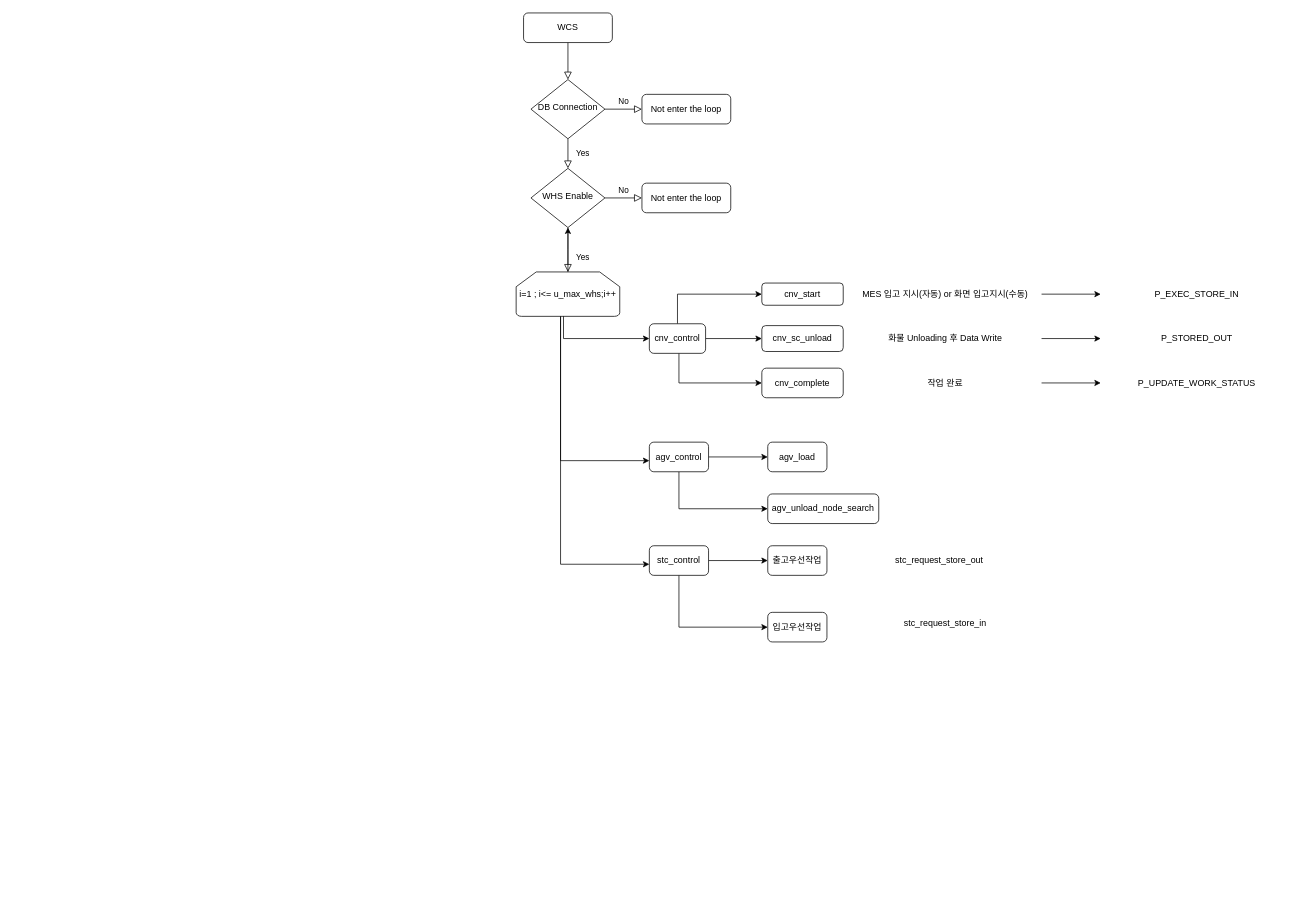
hjee02018/UML keeps this draw.io diagram as WCScontrol.drawio. Above is the earlier version. Source tidied: cells renumbered, new cells numbered last; positions are measured from the earlier drawing's top-left corner, leaving out a move shared by most shapes. Both pictures are drawn from the tidied source at 74%, with x=0, y=0 at pixel (516, 13).
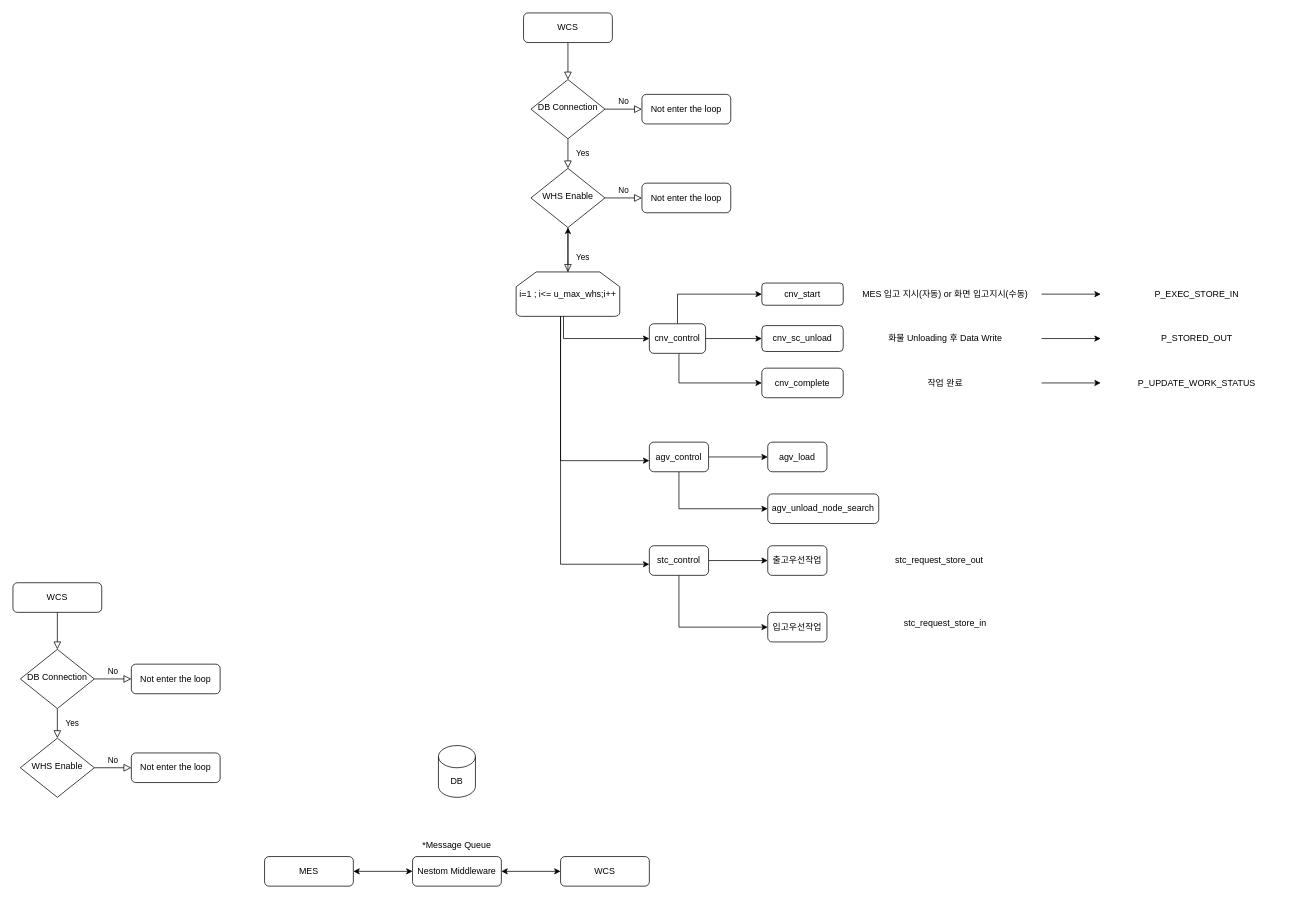
The same diagram, later.

What changed in the source:
```diff
@@
+    <mxCell id="45" value="WCS" style="rounded=1;whiteSpace=wrap;html=1;fontSize=12;glass=0;strokeWidth=1;shadow=0;" parent="1" vertex="1">
+      <mxGeometry x="60" y="1140" width="120" height="40" as="geometry" />
+    </mxCell>
+    <mxCell id="46" style="rounded=0;html=1;jettySize=auto;fontSize=11;endArrow=block;endFill=0;endSize=8;strokeWidth=1;shadow=0;labelBackgroundColor=none;edgeStyle=orthogonalEdgeStyle;" parent="1" edge="1" source="47" target="50">
+      <mxGeometry relative="1" as="geometry" />
+    </mxCell>
+    <mxCell id="47" value="WCS" style="rounded=1;whiteSpace=wrap;html=1;fontSize=12;glass=0;strokeWidth=1;shadow=0;" parent="1" vertex="1">
+      <mxGeometry x="-680" y="770" width="120" height="40" as="geometry" />
+    </mxCell>
+    <mxCell id="48" value="Yes" style="rounded=0;html=1;jettySize=auto;fontSize=11;endArrow=block;endFill=0;endSize=8;strokeWidth=1;shadow=0;labelBackgroundColor=none;edgeStyle=orthogonalEdgeStyle;" parent="1" edge="1" source="50" target="53">
+      <mxGeometry y="20" relative="1" as="geometry" />
+    </mxCell>
+    <mxCell id="49" value="No" style="edgeStyle=orthogonalEdgeStyle;rounded=0;html=1;jettySize=auto;fontSize=11;endArrow=block;endFill=0;endSize=8;strokeWidth=1;shadow=0;labelBackgroundColor=none;" parent="1" edge="1" source="50" target="51">
+      <mxGeometry y="10" relative="1" as="geometry" />
+    </mxCell>
+    <mxCell id="50" value="DB Connection" style="rhombus;whiteSpace=wrap;html=1;shadow=0;fontFamily=Helvetica;fontSize=12;align=center;strokeWidth=1;spacing=6;spacingTop=-4;" parent="1" vertex="1">
+      <mxGeometry x="-670" y="860" width="100" height="80" as="geometry" />
+    </mxCell>
+    <mxCell id="51" value="Not enter the loop" style="rounded=1;whiteSpace=wrap;html=1;fontSize=12;glass=0;strokeWidth=1;shadow=0;" parent="1" vertex="1">
+      <mxGeometry x="-520" y="880" width="120" height="40" as="geometry" />
+    </mxCell>
+    <mxCell id="52" value="No" style="edgeStyle=orthogonalEdgeStyle;rounded=0;html=1;jettySize=auto;fontSize=11;endArrow=block;endFill=0;endSize=8;strokeWidth=1;shadow=0;labelBackgroundColor=none;" parent="1" edge="1" source="53" target="54">
+      <mxGeometry y="10" relative="1" as="geometry" />
+    </mxCell>
+    <mxCell id="53" value="WHS Enable" style="rhombus;whiteSpace=wrap;html=1;shadow=0;fontFamily=Helvetica;fontSize=12;align=center;strokeWidth=1;spacing=6;spacingTop=-4;" parent="1" vertex="1">
+      <mxGeometry x="-670" y="980" width="100" height="80" as="geometry" />
+    </mxCell>
+    <mxCell id="54" value="Not enter the loop" style="rounded=1;whiteSpace=wrap;html=1;fontSize=12;glass=0;strokeWidth=1;shadow=0;" parent="1" vertex="1">
+      <mxGeometry x="-520" y="1000" width="120" height="40" as="geometry" />
+    </mxCell>
+    <mxCell id="55" value="Nestom Middleware" style="rounded=1;whiteSpace=wrap;html=1;fontSize=12;glass=0;strokeWidth=1;shadow=0;" parent="1" vertex="1">
+      <mxGeometry x="-140" y="1140" width="120" height="40" as="geometry" />
+    </mxCell>
+    <mxCell id="56" value="MES" style="rounded=1;whiteSpace=wrap;html=1;fontSize=12;glass=0;strokeWidth=1;shadow=0;" parent="1" vertex="1">
+      <mxGeometry x="-340" y="1140" width="120" height="40" as="geometry" />
+    </mxCell>
+    <mxCell id="57" style="endArrow=classic;startArrow=classic;html=1;rounded=0;exitX=1;exitY=0.5;exitDx=0;exitDy=0;entryX=0;entryY=0.5;entryDx=0;entryDy=0;" parent="1" edge="1" source="56" target="55">
+      <mxGeometry relative="1" as="geometry" />
+    </mxCell>
+    <mxCell id="58" style="endArrow=classic;startArrow=classic;html=1;rounded=0;exitX=1;exitY=0.5;exitDx=0;exitDy=0;" parent="1" edge="1" source="55" target="45">
+      <mxGeometry relative="1" as="geometry" />
+    </mxCell>
+    <mxCell id="59" value="*Message Queue" style="text;html=1;align=center;verticalAlign=middle;whiteSpace=wrap;rounded=0;" parent="1" vertex="1">
+      <mxGeometry x="-140" y="1110" width="120" height="30" as="geometry" />
+    </mxCell>
+    <mxCell id="60" value="DB" style="shape=cylinder3;whiteSpace=wrap;html=1;boundedLbl=1;backgroundOutline=1;size=15;" parent="1" vertex="1">
+      <mxGeometry x="-105" y="990" width="50" height="70" as="geometry" />
+    </mxCell>
```
